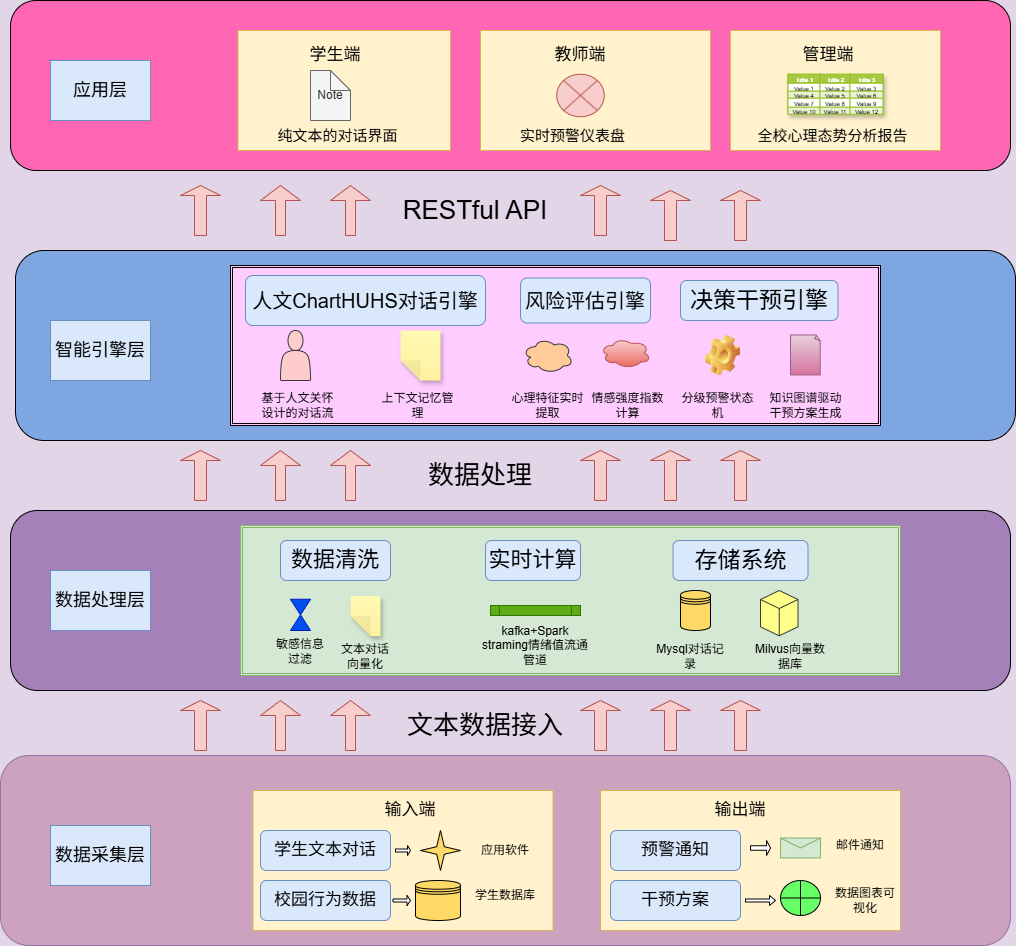
This is 人文心语通.drawio.png from abbb45678/test, a draw.io export, as it was before one commit. Source tidied: cells renumbered, new cells last; positions are measured from the earlier drawing's top-left corner, leaving out a move shared by most shapes.
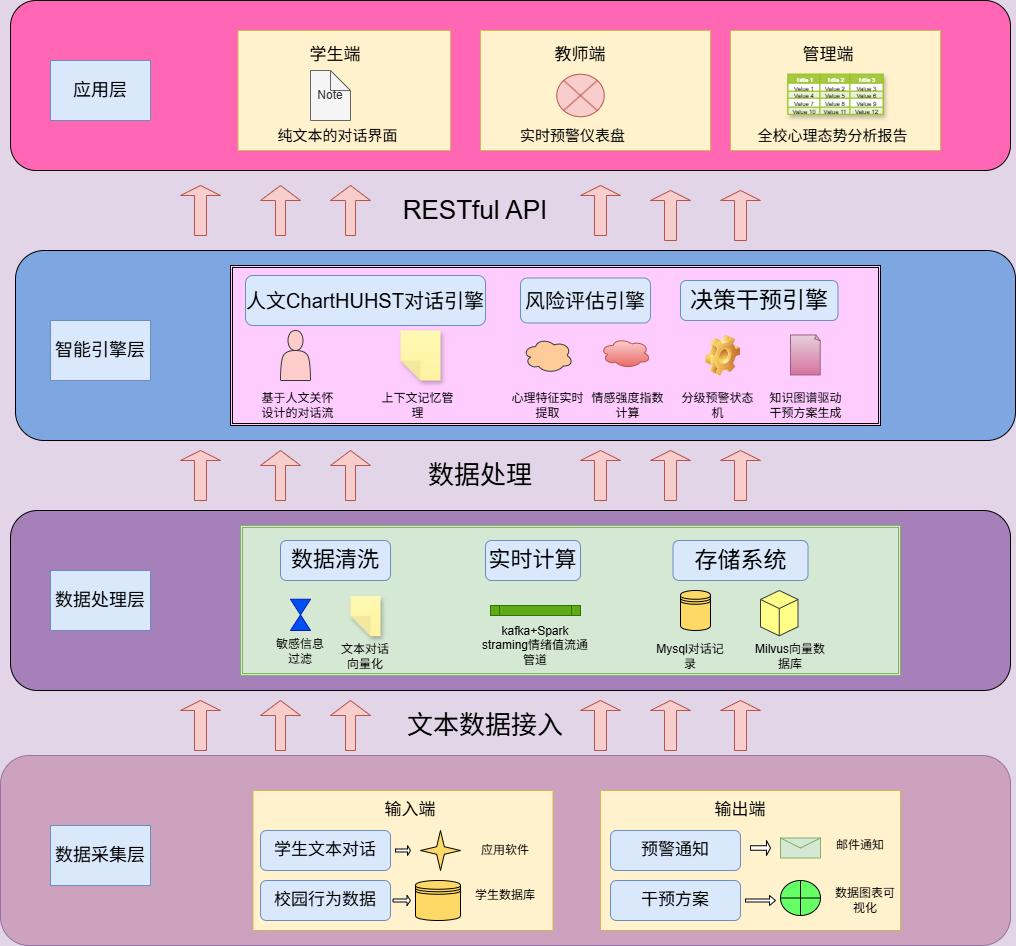
The same diagram one commit later.

Commit message:
更新人文心语通.drawio.png

What changed in the source:
```diff
@@ -197,7 +197,7 @@
     <mxCell id="66" style="shape=ext;double=1;rounded=0;whiteSpace=wrap;html=1;fillColor=#FFCCFF;" parent="1" vertex="1">
       <mxGeometry x="230" y="265" width="650" height="160" as="geometry" />
     </mxCell>
-    <mxCell id="67" value="&lt;font style=&quot;font-size: 20px;&quot;&gt;人文ChartHUHS对话引擎&lt;/font&gt;" style="rounded=1;whiteSpace=wrap;html=1;fillColor=#dae8fc;strokeColor=#6c8ebf;" parent="1" vertex="1">
+    <mxCell id="67" value="&lt;font style=&quot;font-size: 20px;&quot;&gt;人文ChartHUHST对话引擎&lt;/font&gt;" style="rounded=1;whiteSpace=wrap;html=1;fillColor=#dae8fc;strokeColor=#6c8ebf;" parent="1" vertex="1">
       <mxGeometry x="245" y="275" width="240" height="50" as="geometry" />
     </mxCell>
     <mxCell id="68" value="&lt;font style=&quot;font-size: 20px;&quot;&gt;风险评估引擎&lt;/font&gt;" style="rounded=1;whiteSpace=wrap;html=1;fillColor=#dae8fc;strokeColor=#6c8ebf;" parent="1" vertex="1">
```
